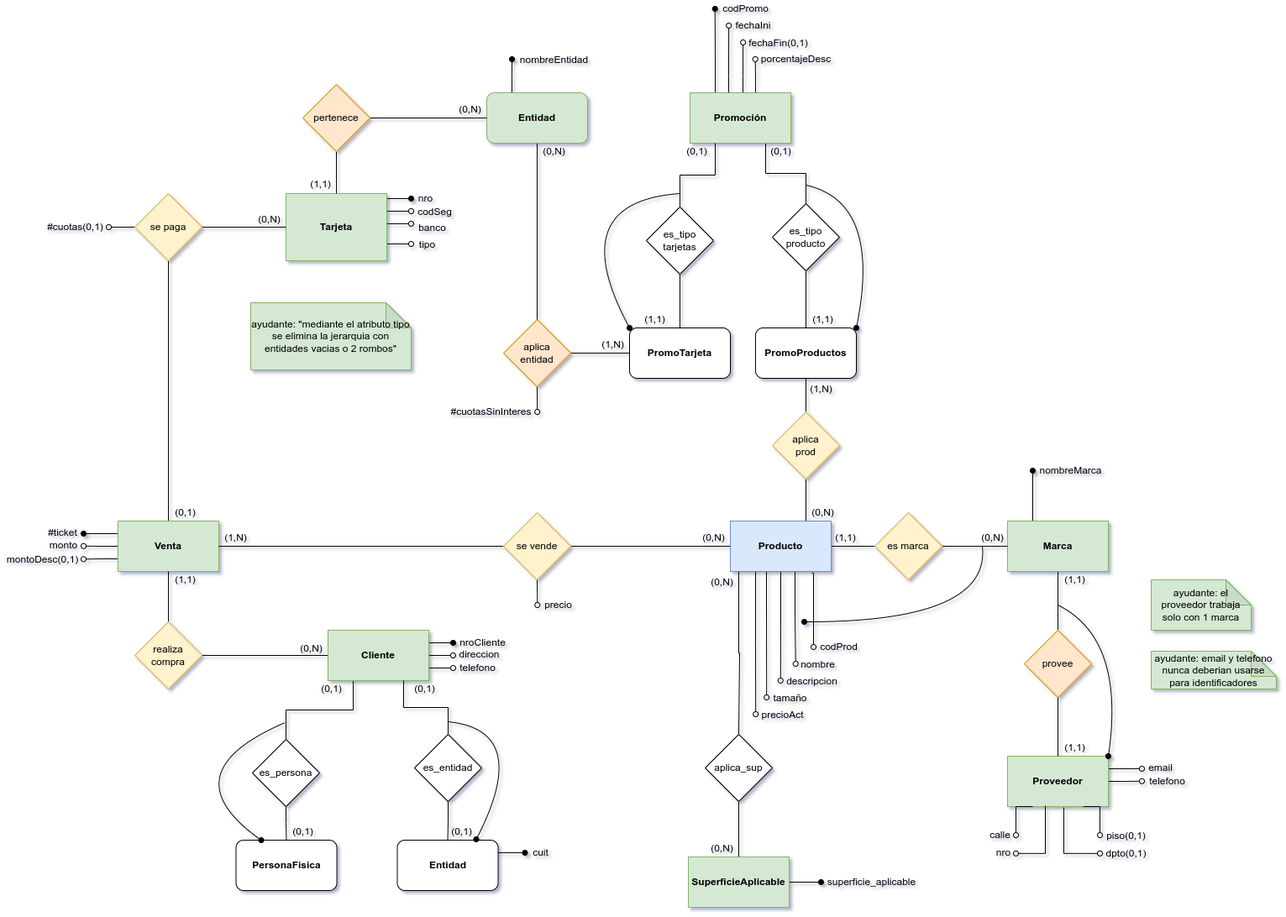
This is BD/BD - Práctica 1 - Ej 11 - Lógico.drawio.png from sergiocld99/unlp-tramo-final, a draw.io export, as it was before one commit. Source tidied: cells renumbered, new cells last; positions are measured from the earlier drawing's top-left corner, leaving out a move shared by most shapes.
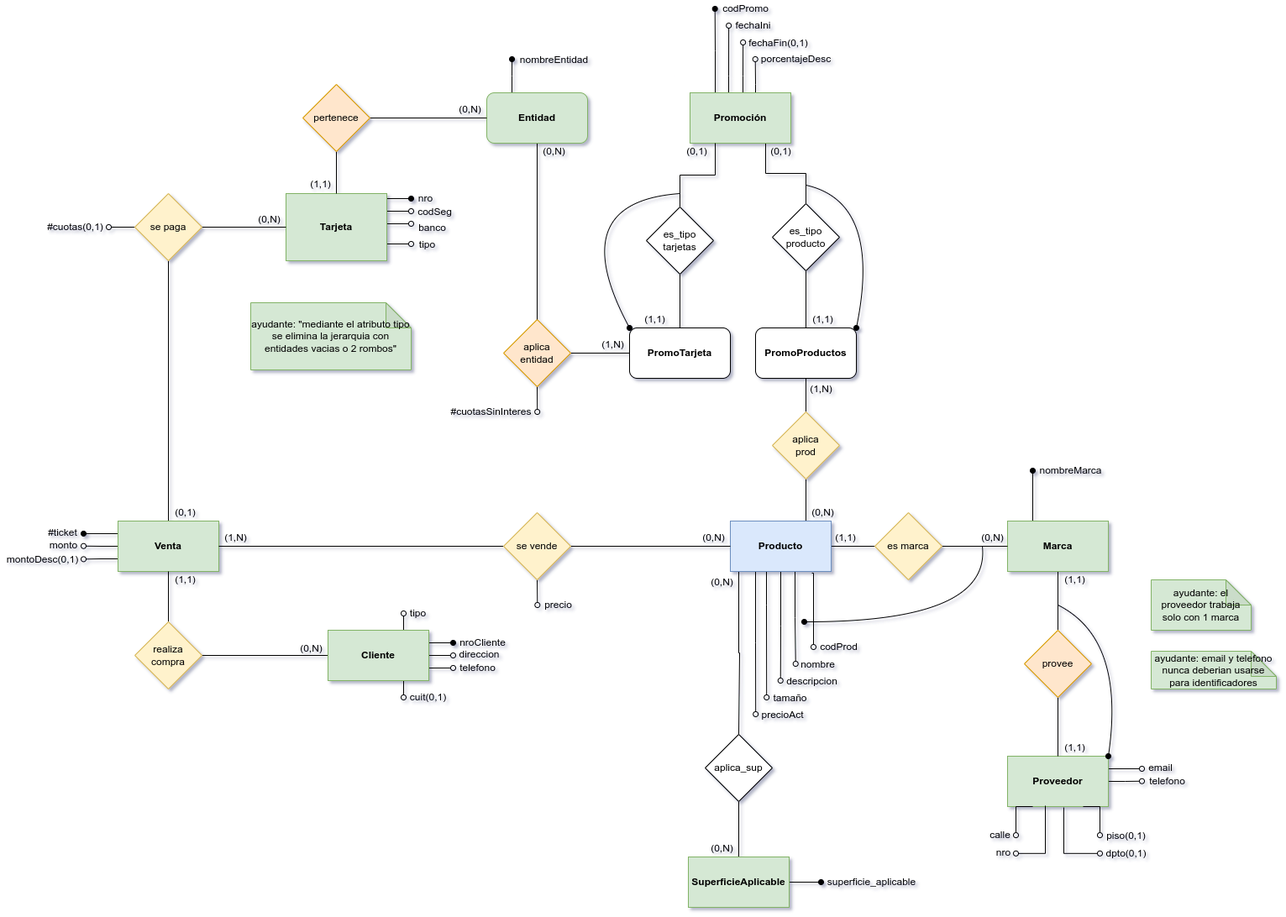
The same file after the commit.

Diff of the diagram source:
```diff
@@ -182,9 +182,16 @@
         <mxPoint x="539" y="795" as="targetPoint" />
       </mxGeometry>
     </mxCell>
-    <mxCell id="40" style="edgeStyle=orthogonalEdgeStyle;rounded=0;jettySize=auto;html=1;exitX=0.25;exitY=1;exitDx=0;exitDy=0;entryX=0.5;entryY=0;entryDx=0;entryDy=0;endArrow=none;endFill=0;" parent="1" edge="1" source="41" target="125">
-      <mxGeometry relative="1" as="geometry" />
-    </mxCell>
+    <mxCell id="153" style="edgeStyle=orthogonalEdgeStyle;rounded=0;jettySize=auto;html=1;exitX=0.75;exitY=1;exitDx=0;exitDy=0;endArrow=oval;endFill=0;" parent="1" edge="1" source="41">
+      <mxGeometry relative="1" as="geometry">
+        <mxPoint x="480" y="830" as="targetPoint" />
+      </mxGeometry>
+    </mxCell>
+    <mxCell id="154" style="edgeStyle=orthogonalEdgeStyle;rounded=0;jettySize=auto;html=1;exitX=0.75;exitY=0;exitDx=0;exitDy=0;endArrow=oval;endFill=0;" parent="1" edge="1" source="41">
+      <mxGeometry relative="1" as="geometry">
+        <mxPoint x="480" y="730" as="targetPoint" />
+      </mxGeometry>
+    </mxCell>
     <mxCell id="41" value="Cliente" style="rounded=0;whiteSpace=wrap;html=1;fontStyle=1;fillColor=#d5e8d4;strokeColor=#82b366;" parent="1" vertex="1">
       <mxGeometry x="390" y="750" width="120" height="60" as="geometry" />
     </mxCell>
@@ -194,17 +201,6 @@
     <mxCell id="43" value="realiza&lt;br&gt;compra" style="rhombus;whiteSpace=wrap;html=1;fillColor=#fff2cc;strokeColor=#d6b656;" parent="1" vertex="1">
       <mxGeometry x="160" y="740" width="80" height="80" as="geometry" />
     </mxCell>
-    <mxCell id="44" value="PersonaFisica" style="rounded=1;whiteSpace=wrap;html=1;fontStyle=1;" parent="1" vertex="1">
-      <mxGeometry x="280.5" y="1000" width="120" height="60" as="geometry" />
-    </mxCell>
-    <mxCell id="45" style="edgeStyle=orthogonalEdgeStyle;rounded=0;jettySize=auto;html=1;exitX=1;exitY=0.25;exitDx=0;exitDy=0;endArrow=oval;endFill=1;" parent="1" edge="1" source="46">
-      <mxGeometry relative="1" as="geometry">
-        <mxPoint x="624.5" y="1015" as="targetPoint" />
-      </mxGeometry>
-    </mxCell>
-    <mxCell id="46" value="Entidad" style="rounded=1;whiteSpace=wrap;html=1;fontStyle=1;" parent="1" vertex="1">
-      <mxGeometry x="472.5" y="1000" width="120" height="60" as="geometry" />
-    </mxCell>
     <mxCell id="47" style="edgeStyle=orthogonalEdgeStyle;rounded=0;jettySize=auto;html=1;exitX=0.25;exitY=0;exitDx=0;exitDy=0;endArrow=oval;endFill=1;" parent="1" edge="1" source="52">
       <mxGeometry relative="1" as="geometry">
         <mxPoint x="850.7" y="10" as="targetPoint" />
@@ -376,8 +372,8 @@
     <mxCell id="94" value="telefono" style="text;html=1;align=center;verticalAlign=middle;strokeColor=none;fillColor=none;" parent="1" vertex="1">
       <mxGeometry x="538" y="785" width="60" height="20" as="geometry" />
     </mxCell>
-    <mxCell id="95" value="cuit" style="text;html=1;align=center;verticalAlign=middle;strokeColor=none;fillColor=none;" parent="1" vertex="1">
-      <mxGeometry x="627.5" y="1005" width="30" height="20" as="geometry" />
+    <mxCell id="95" value="cuit(0,1)" style="text;html=1;align=center;verticalAlign=middle;strokeColor=none;fillColor=none;" parent="1" vertex="1">
+      <mxGeometry x="479" y="820" width="60" height="20" as="geometry" />
     </mxCell>
     <mxCell id="96" style="edgeStyle=orthogonalEdgeStyle;rounded=0;orthogonalLoop=1;jettySize=auto;html=1;exitX=1;exitY=0.25;exitDx=0;exitDy=0;endArrow=oval;endFill=0;" parent="1" edge="1">
       <mxGeometry relative="1" as="geometry">
@@ -487,50 +483,6 @@
         </Array>
       </mxGeometry>
     </mxCell>
-    <mxCell id="124" style="edgeStyle=orthogonalEdgeStyle;rounded=0;jettySize=auto;html=1;exitX=0.5;exitY=1;exitDx=0;exitDy=0;entryX=0.5;entryY=0;entryDx=0;entryDy=0;endArrow=none;endFill=0;" parent="1" edge="1" source="125" target="44">
-      <mxGeometry relative="1" as="geometry" />
-    </mxCell>
-    <mxCell id="125" value="es_persona" style="rhombus;whiteSpace=wrap;html=1;" parent="1" vertex="1">
-      <mxGeometry x="300" y="880" width="80" height="80" as="geometry" />
-    </mxCell>
-    <mxCell id="126" style="edgeStyle=orthogonalEdgeStyle;rounded=0;jettySize=auto;html=1;exitX=0.5;exitY=0;exitDx=0;exitDy=0;entryX=0.75;entryY=1;entryDx=0;entryDy=0;endArrow=none;endFill=0;" parent="1" edge="1" source="128" target="41">
-      <mxGeometry relative="1" as="geometry" />
-    </mxCell>
-    <mxCell id="127" style="edgeStyle=orthogonalEdgeStyle;rounded=0;jettySize=auto;html=1;exitX=0.5;exitY=1;exitDx=0;exitDy=0;entryX=0.5;entryY=0;entryDx=0;entryDy=0;endArrow=none;endFill=0;" parent="1" edge="1" source="128" target="46">
-      <mxGeometry relative="1" as="geometry" />
-    </mxCell>
-    <mxCell id="128" value="es_entidad" style="rhombus;whiteSpace=wrap;html=1;" parent="1" vertex="1">
-      <mxGeometry x="493" y="874" width="80" height="80" as="geometry" />
-    </mxCell>
-    <mxCell id="129" value="(0,1)" style="text;html=1;align=center;verticalAlign=middle;strokeColor=none;fillColor=none;" parent="1" vertex="1">
-      <mxGeometry x="373.5" y="810" width="40" height="20" as="geometry" />
-    </mxCell>
-    <mxCell id="130" value="(0,1)" style="text;html=1;align=center;verticalAlign=middle;strokeColor=none;fillColor=none;" parent="1" vertex="1">
-      <mxGeometry x="484.5" y="810" width="40" height="20" as="geometry" />
-    </mxCell>
-    <mxCell id="131" value="(0,1)" style="text;html=1;align=center;verticalAlign=middle;strokeColor=none;fillColor=none;" parent="1" vertex="1">
-      <mxGeometry x="529" y="980" width="40" height="20" as="geometry" />
-    </mxCell>
-    <mxCell id="132" value="(0,1)" style="text;html=1;align=center;verticalAlign=middle;strokeColor=none;fillColor=none;" parent="1" vertex="1">
-      <mxGeometry x="340" y="980" width="40" height="20" as="geometry" />
-    </mxCell>
-    <mxCell id="133" style="curved=1;endArrow=oval;html=1;rounded=0;entryX=0.25;entryY=0;entryDx=0;entryDy=0;endFill=1;" parent="1" edge="1" target="44">
-      <mxGeometry relative="1" as="geometry">
-        <mxPoint x="339" y="860" as="sourcePoint" />
-        <Array as="points">
-          <mxPoint x="199" y="920" />
-        </Array>
-      </mxGeometry>
-    </mxCell>
-    <mxCell id="134" style="curved=1;endArrow=oval;html=1;rounded=0;entryX=0.75;entryY=0;entryDx=0;entryDy=0;endFill=1;" parent="1" edge="1">
-      <mxGeometry relative="1" as="geometry">
-        <mxPoint x="533" y="859" as="sourcePoint" />
-        <mxPoint x="566.5" y="999" as="targetPoint" />
-        <Array as="points">
-          <mxPoint x="633" y="869" />
-        </Array>
-      </mxGeometry>
-    </mxCell>
     <mxCell id="135" style="edgeStyle=orthogonalEdgeStyle;rounded=0;jettySize=auto;html=1;exitX=0.5;exitY=0;exitDx=0;exitDy=0;entryX=0.25;entryY=1;entryDx=0;entryDy=0;endArrow=none;endFill=0;" parent="1" edge="1" source="137" target="52">
       <mxGeometry relative="1" as="geometry" />
     </mxCell>
@@ -597,5 +549,8 @@
     <mxCell id="152" value="(0,N)" style="text;html=1;align=center;verticalAlign=middle;strokeColor=none;fillColor=none;" parent="1" vertex="1">
       <mxGeometry x="839" y="683" width="40" height="20" as="geometry" />
     </mxCell>
+    <mxCell id="155" value="tipo" style="text;html=1;align=center;verticalAlign=middle;strokeColor=none;fillColor=none;" parent="1" vertex="1">
+      <mxGeometry x="482" y="720" width="30" height="20" as="geometry" />
+    </mxCell>
   </root>
 </mxGraphModel>
```
